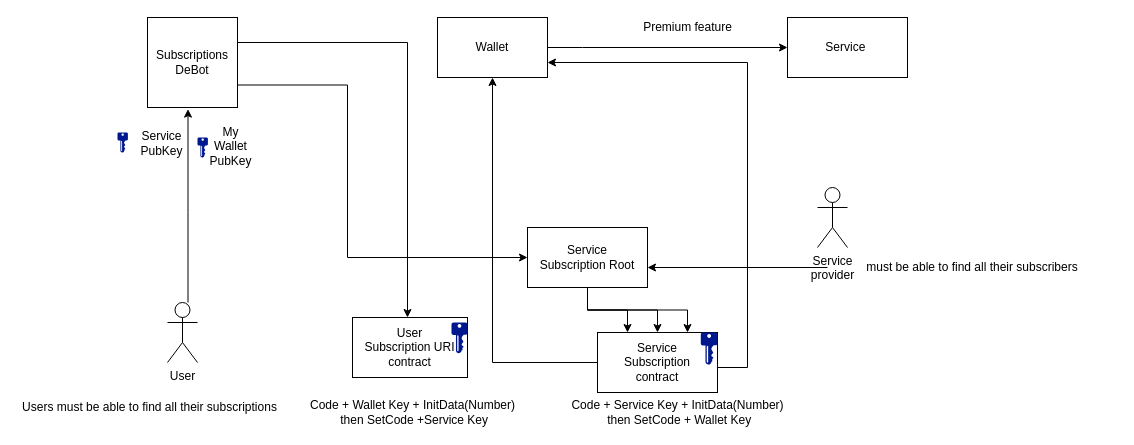
SkySonR/draw.io keeps this draw.io diagram as Untitled Diagram.drawio. Above is the earlier version. Source tidied: cells renumbered, new cells numbered last; positions are measured from the earlier drawing's top-left corner, leaving out a move shared by most shapes. Both pictures are drawn from the tidied source at 100%, with x=0, y=0 at pixel (17, 17).
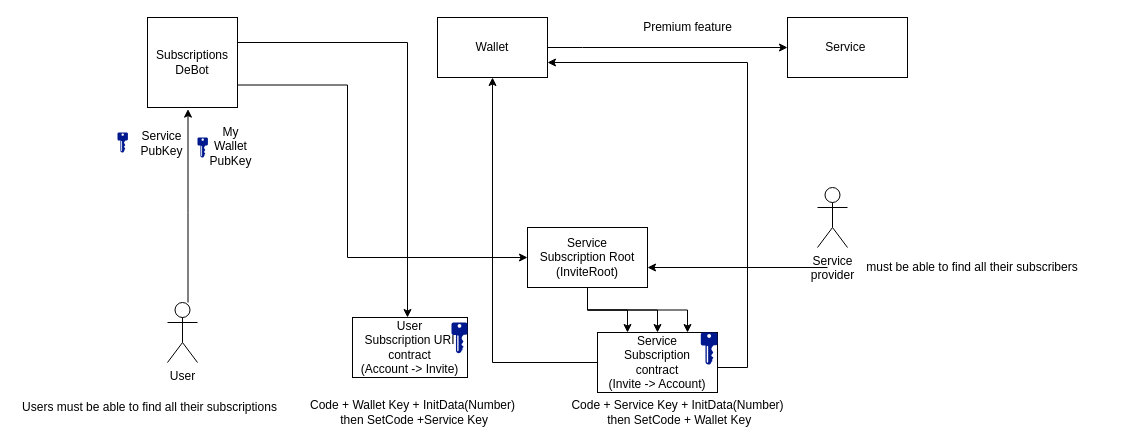
Above is the later version.

The change refers to these unchanged cells:
```xml
<mxCell id="12" style="group;" parent="1" vertex="1">
  <mxGeometry x="580" y="315" width="120" height="60" as="geometry" />
</mxCell>
<mxCell id="17" style="group;" parent="1" vertex="1">
  <mxGeometry x="335" y="300" width="115" height="60" as="geometry" />
</mxCell>
```

Change to the diagram source:
```diff
@@
-    <mxCell id="8" value="Service&lt;br&gt;Subscription Root" style="rounded=0;whiteSpace=wrap;html=1;" parent="1" vertex="1">
+    <mxCell id="8" value="Service&lt;br&gt;Subscription Root&lt;br&gt;(InviteRoot)" style="rounded=0;whiteSpace=wrap;html=1;" parent="1" vertex="1">
       <mxGeometry x="510" y="210" width="120" height="60" as="geometry" />
     </mxCell>
@@
-    <mxCell id="13" value="Service&lt;br&gt;Subscription&lt;br&gt;contract" style="rounded=0;whiteSpace=wrap;html=1;" parent="12" vertex="1">
+    <mxCell id="13" value="Service&lt;br&gt;Subscription&lt;br&gt;contract&lt;br&gt;(Invite -&amp;gt; Account)" style="rounded=0;whiteSpace=wrap;html=1;" parent="12" vertex="1">
       <mxGeometry width="120" height="60" as="geometry" />
     </mxCell>
@@
-    <mxCell id="18" value="User&lt;br&gt;Subscription URI&lt;br&gt;contract" style="rounded=0;whiteSpace=wrap;html=1;" parent="17" vertex="1">
+    <mxCell id="18" value="User&lt;br&gt;Subscription URI&lt;br&gt;contract&lt;br&gt;(Account -&amp;gt; Invite)" style="rounded=0;whiteSpace=wrap;html=1;" parent="17" vertex="1">
       <mxGeometry width="115" height="60" as="geometry" />
     </mxCell>
```
